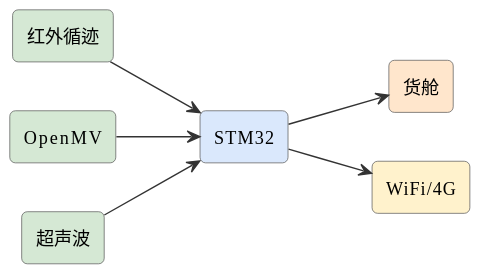
mingyi0818/IntelligentMcuCourse keeps this PlantUML diagram as assets/diagrams/ideas-fig60.svg. Above is the earlier version.
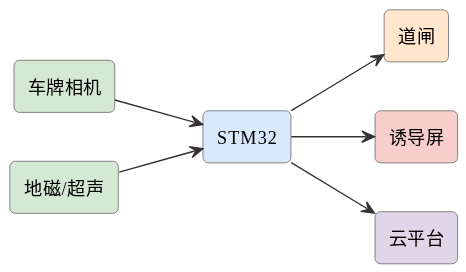
The same diagram one commit later.

What changed in the source:
```diff
@@ -6,15 +6,15 @@
 skinparam arrowFontSize 11
 skinparam arrowColor #333
 left to right direction
-rectangle "红外循迹" as ir #d5e8d4
-rectangle "OpenMV" as cam #d5e8d4
+rectangle "车牌相机" as cam #d5e8d4
 rectangle "STM32" as stm #dae8fc
-rectangle "超声波" as ult #d5e8d4
-rectangle "货舱" as box #ffe6cc
-rectangle "WiFi/4G" as net #fff2cc
-ir --> stm
+rectangle "地磁/超声" as mag #d5e8d4
+rectangle "道闸" as gate #ffe6cc
+rectangle "诱导屏" as scr #f8cecc
+rectangle "云平台" as cloud #e1d5e8
 cam --> stm
-ult --> stm
-stm --> box
-stm --> net
+mag --> stm
+stm --> gate
+stm --> scr
+stm --> cloud
 @enduml
```
